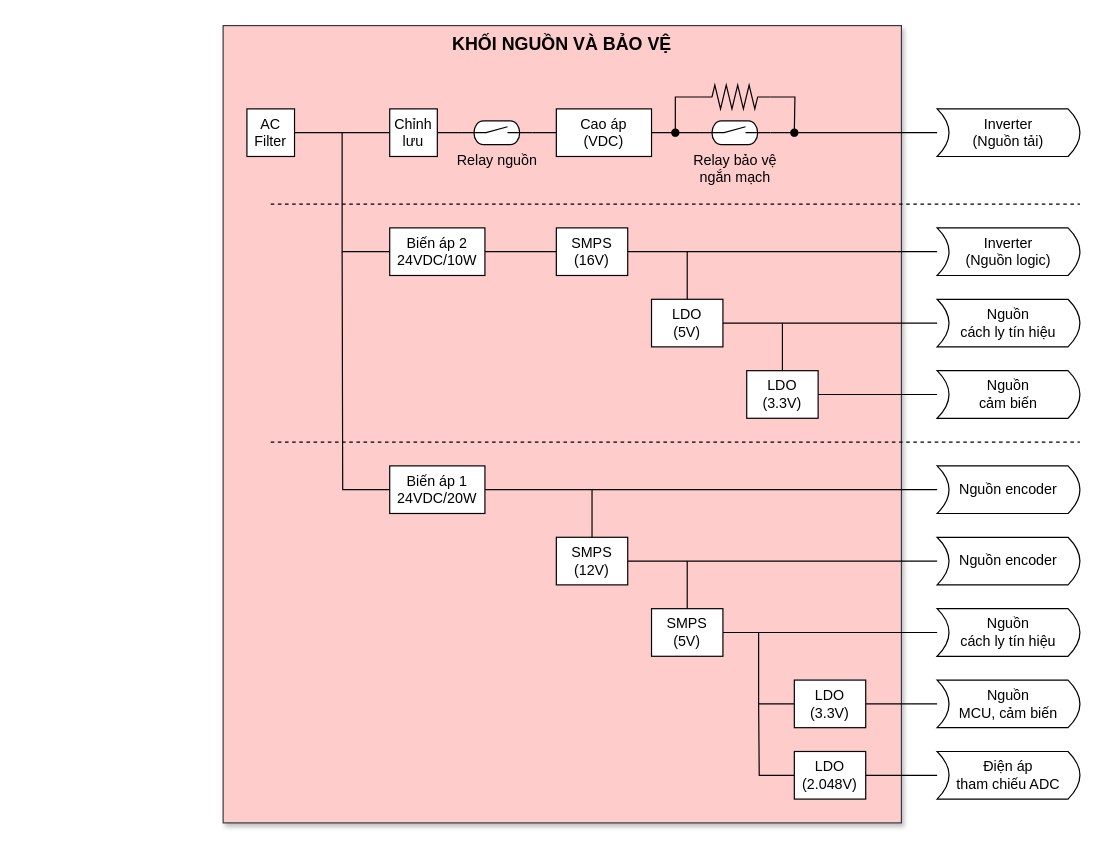
The draw.io diagram page "Nguon & Bao ve" (2 of 6) of Docs/ACIM.drawio in sampidevkit/ACIM-Apps, before the edit. Source tidied: cells renumbered, new cells numbered last; positions are measured from the earlier drawing's top-left corner, leaving out a move shared by most shapes. Both pictures are drawn from the tidied source at 119%, with x=0, y=0 at pixel (223, 25).
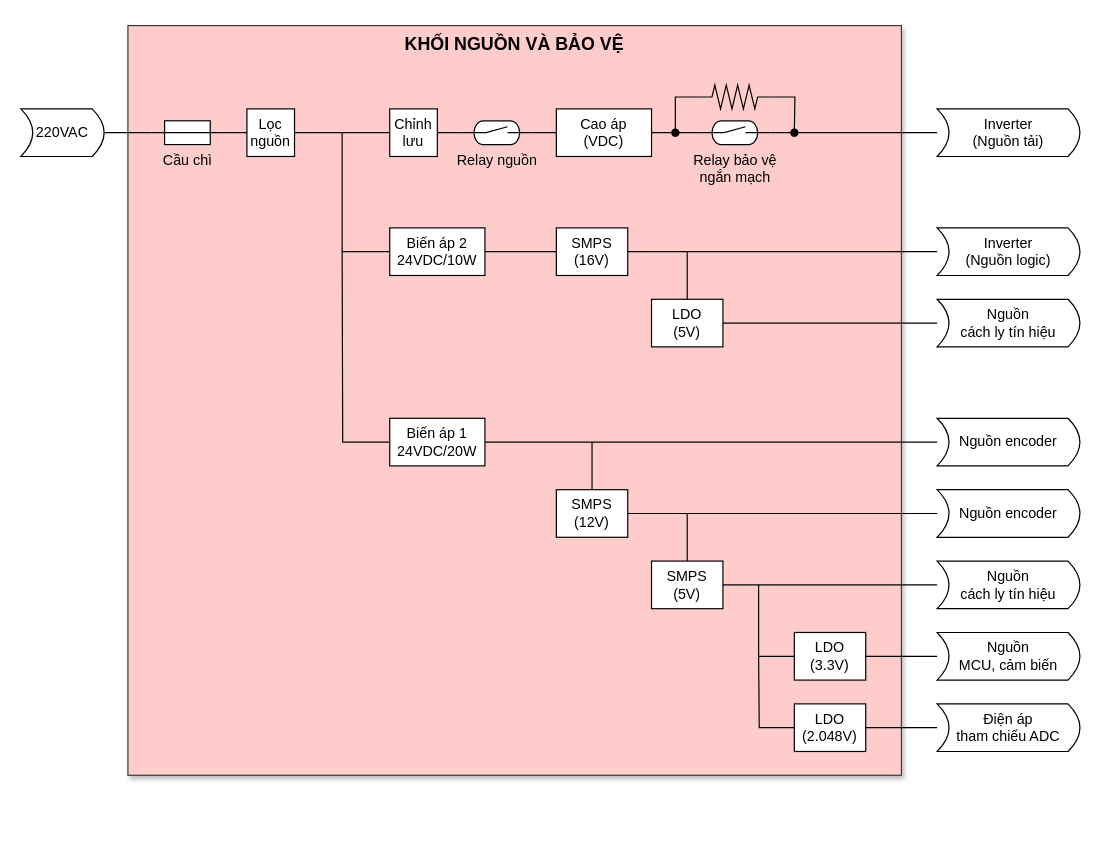
The same diagram, later.

What changed in the source:
```diff
@@
     <mxCell id="2" value="&lt;b&gt;&lt;font style=&quot;font-size: 15px;&quot;&gt;KHỐI NGUỒN VÀ BẢO VỆ&lt;/font&gt;&lt;/b&gt;" style="rounded=0;whiteSpace=wrap;html=1;fontFamily=Helvetica;fontSize=11;labelBackgroundColor=none;shadow=1;verticalAlign=top;fillColor=#ffcccc;strokeColor=#36393d;" parent="1" vertex="1">
-      <mxGeometry width="570" height="670" as="geometry" />
+      <mxGeometry x="-80" width="650" height="630" as="geometry" />
     </mxCell>
@@
     <mxCell id="4" value="Nguồn encoder" style="shape=dataStorage;whiteSpace=wrap;html=1;fixedSize=1;size=10;flipH=1;fontSize=12;" parent="1" vertex="1">
-      <mxGeometry x="600" y="370" width="120" height="40" as="geometry" />
+      <mxGeometry x="600" y="330" width="120" height="40" as="geometry" />
     </mxCell>
@@
     <mxCell id="8" style="edgeStyle=orthogonalEdgeStyle;shape=connector;rounded=0;jettySize=auto;html=1;strokeColor=default;align=center;verticalAlign=middle;fontFamily=Helvetica;fontSize=11;fontColor=default;labelBackgroundColor=default;startFill=0;endArrow=none;" parent="1" edge="1" source="10">
       <mxGeometry relative="1" as="geometry">
-        <mxPoint x="600" y="390" as="targetPoint" />
+        <mxPoint x="600" y="350" as="targetPoint" />
       </mxGeometry>
     </mxCell>
@@
     <mxCell id="10" value="Biến áp 1&lt;div&gt;24VDC/20W&lt;/div&gt;" style="rounded=0;whiteSpace=wrap;html=1;" parent="1" vertex="1">
-      <mxGeometry x="140" y="370" width="80" height="40" as="geometry" />
+      <mxGeometry x="140" y="330" width="80" height="40" as="geometry" />
     </mxCell>
@@
-    <mxCell id="24" value="AC Filter" style="rounded=0;whiteSpace=wrap;html=1;verticalAlign=middle;horizontal=1;" parent="1" vertex="1">
+    <mxCell id="24" value="Lọc nguồn" style="rounded=0;whiteSpace=wrap;html=1;verticalAlign=middle;horizontal=1;" parent="1" vertex="1">
       <mxGeometry x="20" y="70" width="40" height="40" as="geometry" />
     </mxCell>
     <mxCell id="25" style="edgeStyle=orthogonalEdgeStyle;shape=connector;rounded=0;jettySize=auto;html=1;strokeColor=default;align=center;verticalAlign=middle;fontFamily=Helvetica;fontSize=11;fontColor=default;labelBackgroundColor=default;startFill=0;endArrow=none;" parent="1" edge="1" source="27">
       <mxGeometry relative="1" as="geometry">
-        <mxPoint x="600" y="450" as="targetPoint" />
+        <mxPoint x="600" y="410" as="targetPoint" />
       </mxGeometry>
     </mxCell>
     <mxCell id="26" style="edgeStyle=orthogonalEdgeStyle;shape=connector;rounded=0;jettySize=auto;html=1;strokeColor=default;align=center;verticalAlign=middle;fontFamily=Helvetica;fontSize=11;fontColor=default;labelBackgroundColor=default;startFill=0;endArrow=none;" parent="1" edge="1" source="27">
       <mxGeometry relative="1" as="geometry">
-        <mxPoint x="310" y="390" as="targetPoint" />
+        <mxPoint x="310" y="350" as="targetPoint" />
       </mxGeometry>
     </mxCell>
     <mxCell id="27" value="SMPS&lt;div&gt;(12V)&lt;/div&gt;" style="rounded=0;whiteSpace=wrap;html=1;" parent="1" vertex="1">
-      <mxGeometry x="280" y="430" width="60" height="40" as="geometry" />
+      <mxGeometry x="280" y="390" width="60" height="40" as="geometry" />
     </mxCell>
     <mxCell id="28" style="edgeStyle=orthogonalEdgeStyle;shape=connector;rounded=0;jettySize=auto;html=1;strokeColor=default;align=center;verticalAlign=middle;fontFamily=Helvetica;fontSize=11;fontColor=default;labelBackgroundColor=default;startFill=0;endArrow=none;" parent="1" edge="1" source="30">
       <mxGeometry relative="1" as="geometry">
-        <mxPoint x="390" y="450" as="targetPoint" />
+        <mxPoint x="390" y="410" as="targetPoint" />
       </mxGeometry>
     </mxCell>
     <mxCell id="29" style="edgeStyle=orthogonalEdgeStyle;shape=connector;rounded=0;jettySize=auto;html=1;strokeColor=default;align=center;verticalAlign=middle;fontFamily=Helvetica;fontSize=11;fontColor=default;labelBackgroundColor=default;startFill=0;endArrow=none;" parent="1" edge="1" source="30">
       <mxGeometry relative="1" as="geometry">
-        <mxPoint x="600" y="510" as="targetPoint" />
+        <mxPoint x="600" y="470" as="targetPoint" />
       </mxGeometry>
     </mxCell>
     <mxCell id="30" value="&lt;div&gt;&lt;span style=&quot;background-color: transparent; color: light-dark(rgb(0, 0, 0), rgb(255, 255, 255));&quot;&gt;SMPS&lt;/span&gt;&lt;/div&gt;&lt;div&gt;&lt;span style=&quot;background-color: transparent; color: light-dark(rgb(0, 0, 0), rgb(255, 255, 255));&quot;&gt;(5V)&lt;/span&gt;&lt;/div&gt;" style="rounded=0;whiteSpace=wrap;html=1;" parent="1" vertex="1">
-      <mxGeometry x="360" y="490" width="60" height="40" as="geometry" />
+      <mxGeometry x="360" y="450" width="60" height="40" as="geometry" />
     </mxCell>
     <mxCell id="31" style="edgeStyle=orthogonalEdgeStyle;shape=connector;rounded=0;jettySize=auto;html=1;strokeColor=default;align=center;verticalAlign=middle;fontFamily=Helvetica;fontSize=11;fontColor=default;labelBackgroundColor=default;startFill=0;endArrow=none;" parent="1" edge="1" source="33">
       <mxGeometry relative="1" as="geometry">
-        <mxPoint x="600" y="570" as="targetPoint" />
+        <mxPoint x="600" y="530" as="targetPoint" />
       </mxGeometry>
     </mxCell>
     <mxCell id="32" style="edgeStyle=orthogonalEdgeStyle;shape=connector;rounded=0;jettySize=auto;html=1;strokeColor=default;align=center;verticalAlign=middle;fontFamily=Helvetica;fontSize=11;fontColor=default;labelBackgroundColor=default;startFill=0;endArrow=none;" parent="1" edge="1" source="33">
       <mxGeometry relative="1" as="geometry">
-        <mxPoint x="450" y="510" as="targetPoint" />
+        <mxPoint x="450" y="470" as="targetPoint" />
         <Array as="points">
-          <mxPoint x="450" y="570" />
+          <mxPoint x="450" y="530" />
         </Array>
       </mxGeometry>
     </mxCell>
     <mxCell id="33" value="&lt;span style=&quot;background-color: transparent; color: light-dark(rgb(0, 0, 0), rgb(255, 255, 255));&quot;&gt;LDO&lt;/span&gt;&lt;div&gt;&lt;span style=&quot;background-color: transparent; color: light-dark(rgb(0, 0, 0), rgb(255, 255, 255));&quot;&gt;(3.3V)&lt;/span&gt;&lt;/div&gt;" style="rounded=0;whiteSpace=wrap;html=1;" parent="1" vertex="1">
-      <mxGeometry x="480" y="550" width="60" height="40" as="geometry" />
+      <mxGeometry x="480" y="510" width="60" height="40" as="geometry" />
     </mxCell>
     <mxCell id="34" style="edgeStyle=orthogonalEdgeStyle;shape=connector;rounded=0;jettySize=auto;html=1;strokeColor=default;align=center;verticalAlign=middle;fontFamily=Helvetica;fontSize=11;fontColor=default;labelBackgroundColor=default;startFill=0;endArrow=none;" parent="1" edge="1" source="36">
       <mxGeometry relative="1" as="geometry">
-        <mxPoint x="450" y="570" as="targetPoint" />
+        <mxPoint x="450" y="530" as="targetPoint" />
       </mxGeometry>
     </mxCell>
     <mxCell id="35" style="edgeStyle=orthogonalEdgeStyle;shape=connector;rounded=0;jettySize=auto;html=1;strokeColor=default;align=center;verticalAlign=middle;fontFamily=Helvetica;fontSize=11;fontColor=default;labelBackgroundColor=default;startFill=0;endArrow=none;" parent="1" edge="1" source="36">
       <mxGeometry relative="1" as="geometry">
-        <mxPoint x="600" y="630" as="targetPoint" />
+        <mxPoint x="600" y="590" as="targetPoint" />
       </mxGeometry>
     </mxCell>
     <mxCell id="36" value="&lt;span style=&quot;background-color: transparent; color: light-dark(rgb(0, 0, 0), rgb(255, 255, 255));&quot;&gt;LDO&lt;/span&gt;&lt;div&gt;&lt;span style=&quot;background-color: transparent; color: light-dark(rgb(0, 0, 0), rgb(255, 255, 255));&quot;&gt;(2.048V)&lt;/span&gt;&lt;/div&gt;" style="rounded=0;whiteSpace=wrap;html=1;" parent="1" vertex="1">
-      <mxGeometry x="480" y="610" width="60" height="40" as="geometry" />
+      <mxGeometry x="480" y="570" width="60" height="40" as="geometry" />
     </mxCell>
@@
-    <mxCell id="42" style="edgeStyle=orthogonalEdgeStyle;shape=connector;rounded=0;jettySize=auto;html=1;strokeColor=default;align=center;verticalAlign=middle;fontFamily=Helvetica;fontSize=11;fontColor=default;labelBackgroundColor=default;startFill=0;endArrow=none;" parent="1" edge="1" source="44">
-      <mxGeometry relative="1" as="geometry">
-        <mxPoint x="470" y="250" as="targetPoint" />
-      </mxGeometry>
-    </mxCell>
-    <mxCell id="43" style="edgeStyle=orthogonalEdgeStyle;shape=connector;rounded=0;jettySize=auto;html=1;strokeColor=default;align=center;verticalAlign=middle;fontFamily=Helvetica;fontSize=11;fontColor=default;labelBackgroundColor=default;startFill=0;endArrow=none;" parent="1" edge="1" source="44">
-      <mxGeometry relative="1" as="geometry">
-        <mxPoint x="600" y="310" as="targetPoint" />
-      </mxGeometry>
-    </mxCell>
-    <mxCell id="44" value="LDO&lt;div&gt;(3.3V)&lt;/div&gt;" style="rounded=0;whiteSpace=wrap;html=1;" parent="1" vertex="1">
-      <mxGeometry x="440" y="290" width="60" height="40" as="geometry" />
-    </mxCell>
@@
-    <mxCell id="46" value="Nguồn&lt;div&gt;cảm biến&lt;/div&gt;" style="shape=dataStorage;whiteSpace=wrap;html=1;fixedSize=1;size=10;flipH=1;fontSize=12;" parent="1" vertex="1">
-      <mxGeometry x="600" y="290" width="120" height="40" as="geometry" />
-    </mxCell>
     <mxCell id="47" value="Nguồn encoder" style="shape=dataStorage;whiteSpace=wrap;html=1;fixedSize=1;size=10;flipH=1;fontSize=12;" parent="1" vertex="1">
-      <mxGeometry x="600" y="430" width="120" height="40" as="geometry" />
+      <mxGeometry x="600" y="390" width="120" height="40" as="geometry" />
     </mxCell>
     <mxCell id="48" value="Nguồn&lt;div&gt;cách ly tín hiệu&lt;/div&gt;" style="shape=dataStorage;whiteSpace=wrap;html=1;fixedSize=1;size=10;flipH=1;fontSize=12;" parent="1" vertex="1">
-      <mxGeometry x="600" y="490" width="120" height="40" as="geometry" />
+      <mxGeometry x="600" y="450" width="120" height="40" as="geometry" />
     </mxCell>
     <mxCell id="49" value="Nguồn&lt;div&gt;MCU, cảm biến&lt;/div&gt;" style="shape=dataStorage;whiteSpace=wrap;html=1;fixedSize=1;size=10;flipH=1;fontSize=12;" parent="1" vertex="1">
-      <mxGeometry x="600" y="550" width="120" height="40" as="geometry" />
+      <mxGeometry x="600" y="510" width="120" height="40" as="geometry" />
     </mxCell>
     <mxCell id="50" value="Điện áp&lt;div&gt;tham chiếu ADC&lt;/div&gt;" style="shape=dataStorage;whiteSpace=wrap;html=1;fixedSize=1;size=10;flipH=1;fontSize=12;" parent="1" vertex="1">
-      <mxGeometry x="600" y="610" width="120" height="40" as="geometry" />
+      <mxGeometry x="600" y="570" width="120" height="40" as="geometry" />
     </mxCell>
-    <mxCell id="51" style="endArrow=none;dashed=1;html=1;rounded=0;strokeColor=default;align=center;verticalAlign=middle;fontFamily=Helvetica;fontSize=11;fontColor=default;labelBackgroundColor=default;edgeStyle=orthogonalEdgeStyle;" parent="1" edge="1">
-      <mxGeometry relative="1" as="geometry">
-        <mxPoint x="40" y="150" as="sourcePoint" />
-        <mxPoint x="720" y="150" as="targetPoint" />
-      </mxGeometry>
-    </mxCell>
-    <mxCell id="52" style="endArrow=none;dashed=1;html=1;rounded=0;strokeColor=default;align=center;verticalAlign=middle;fontFamily=Helvetica;fontSize=11;fontColor=default;labelBackgroundColor=default;edgeStyle=orthogonalEdgeStyle;" parent="1" edge="1">
-      <mxGeometry relative="1" as="geometry">
-        <mxPoint x="40" y="350" as="sourcePoint" />
-        <mxPoint x="720" y="350" as="targetPoint" />
-      </mxGeometry>
-    </mxCell>
+    <mxCell id="53" style="edgeStyle=orthogonalEdgeStyle;rounded=0;jettySize=auto;html=1;entryX=0;entryY=0.5;entryDx=0;entryDy=0;endArrow=none;startFill=0;" parent="1" edge="1" source="55" target="24">
+      <mxGeometry relative="1" as="geometry" />
+    </mxCell>
+    <mxCell id="54" style="edgeStyle=orthogonalEdgeStyle;rounded=0;jettySize=auto;html=1;endArrow=none;startFill=0;" parent="1" edge="1" source="55">
+      <mxGeometry relative="1" as="geometry">
+        <mxPoint x="-100" y="90" as="targetPoint" />
+      </mxGeometry>
+    </mxCell>
+    <mxCell id="55" value="Cầu chì" style="verticalLabelPosition=bottom;shadow=0;dashed=0;align=center;html=1;verticalAlign=top;shape=mxgraph.electrical.miscellaneous.fuse_2;" parent="1" vertex="1">
+      <mxGeometry x="-60" y="80" width="60" height="20" as="geometry" />
+    </mxCell>
+    <mxCell id="56" value="220VAC" style="shape=dataStorage;whiteSpace=wrap;html=1;fixedSize=1;size=10;flipH=1;fontSize=12;" parent="1" vertex="1">
+      <mxGeometry x="-170" y="70" width="70" height="40" as="geometry" />
+    </mxCell>
```
